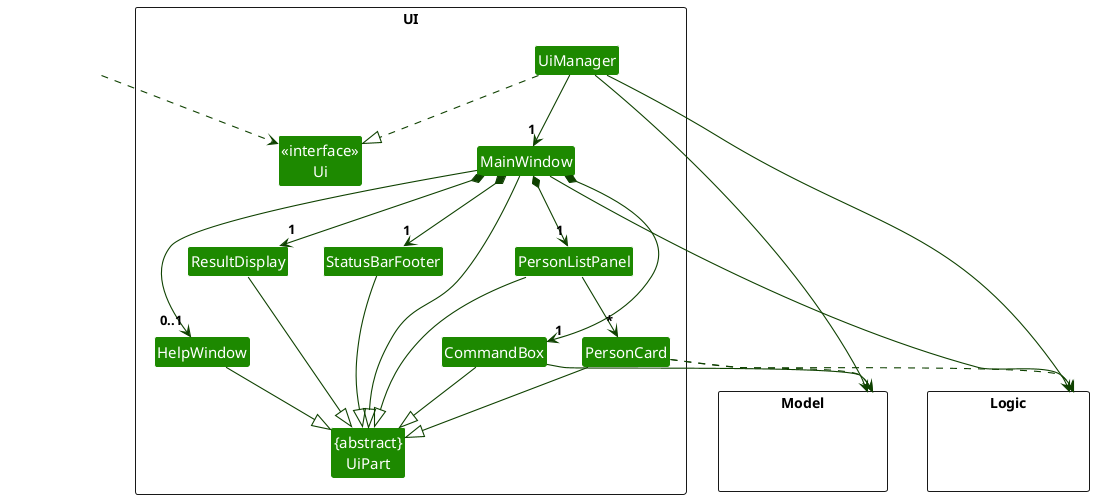
Before: docs/images/UiClassDiagram.png, a diagram exported from PlantUML (Itsdaodao/tp).
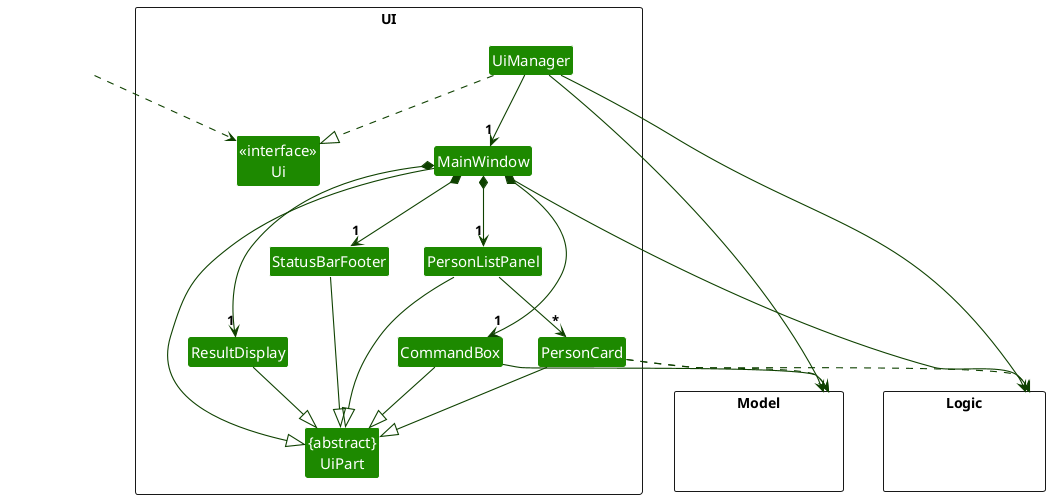
After the commit.

The edit, as a diff of the source:
```diff
@@ -9,7 +9,6 @@
 Class "{abstract}\nUiPart" as UiPart
 Class UiManager
 Class MainWindow
-Class HelpWindow
 Class ResultDisplay
 Class PersonListPanel
 Class PersonCard
@@ -26,6 +25,7 @@
 }
 
 Class HiddenOutside #FFFFFF
+Class HiddenOutside2 #FFFFFF
 HiddenOutside ..> Ui
 
 UiManager ..|> Ui
@@ -34,7 +34,6 @@
 MainWindow *--> "1" ResultDisplay
 MainWindow *--> "1" PersonListPanel
 MainWindow *--> "1" StatusBarFooter
-MainWindow --> "0..1" HelpWindow
 
 PersonListPanel --> "*" PersonCard
 
@@ -44,7 +43,6 @@
 PersonListPanel --|> UiPart
 PersonCard --|> UiPart
 StatusBarFooter --|> UiPart
-HelpWindow --|> UiPart
 CommandBox --|> UiPart
 
 PersonCard ..> Model
@@ -52,6 +50,7 @@
 UiManager --> Logic
 MainWindow --> Logic
 
+
 UiManager -> Model
 CommandBox -> Model
 @enduml
```
